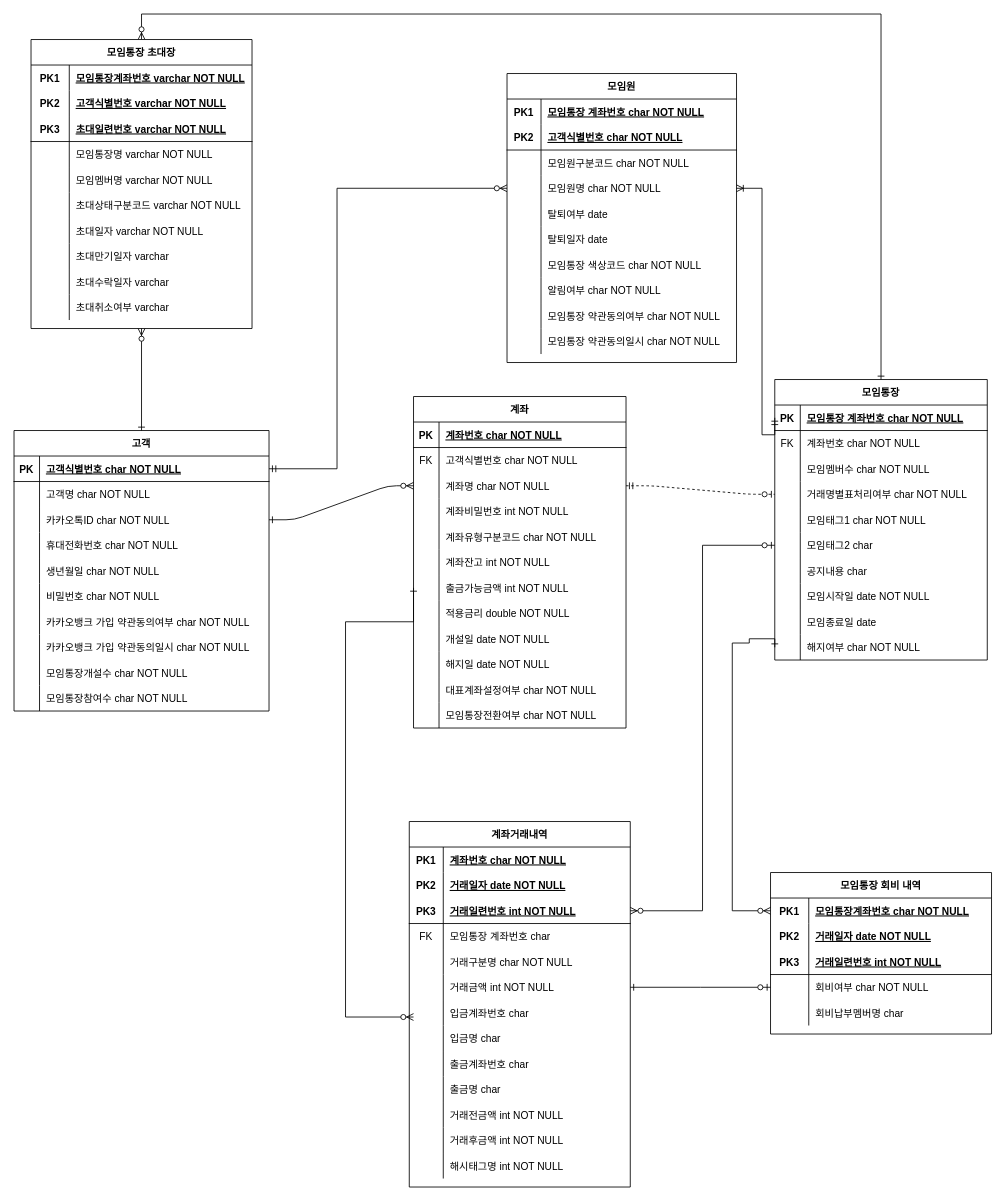
This is kakaobank_groupaccount_erd.drawio from jeondele/ys_present, a draw.io file, before an edit. Source tidied: cells renumbered, new cells numbered last; positions are measured from the earlier drawing's top-left corner, leaving out a move shared by most shapes. Both pictures are drawn from the tidied source at 85%, with x=0, y=0 at pixel (14, 14).
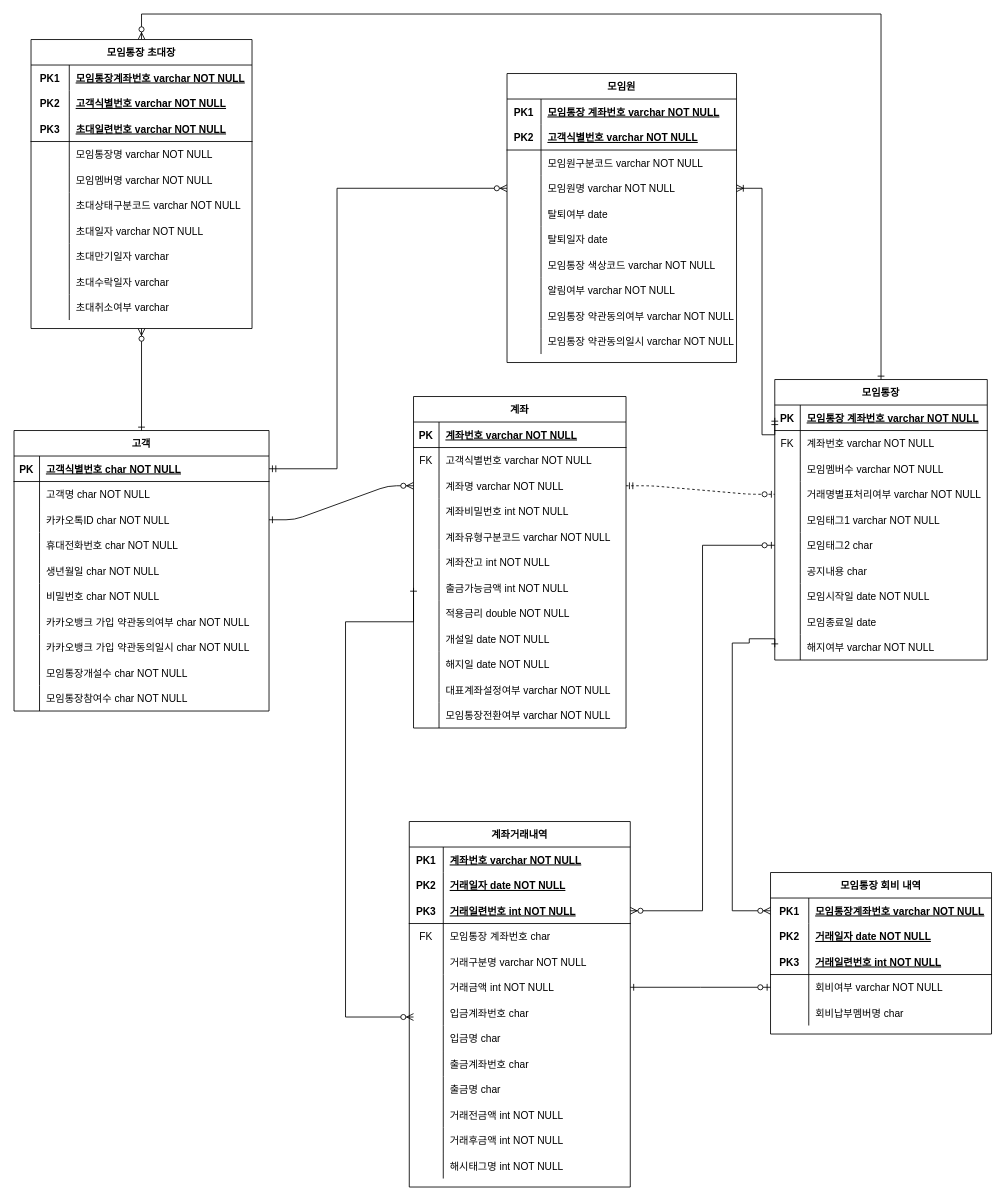
After the change.

The change refers to these unchanged cells:
```xml
<mxCell id="5" style="shape=partialRectangle;fillColor=none;top=0;left=0;right=0;bottom=1;" parent="4" vertex="1">
  <mxGeometry y="30" width="250" height="30" as="geometry" />
</mxCell>
<mxCell id="8" style="shape=partialRectangle;fillColor=none;top=0;left=0;right=0;bottom=0;" parent="4" vertex="1">
  <mxGeometry y="60" width="250" height="30" as="geometry" />
</mxCell>
<mxCell id="11" style="shape=partialRectangle;fillColor=none;points=[[0,0.5],[1,0.5]];portConstraint=eastwest;top=0;left=0;right=0;bottom=0;" parent="4" vertex="1">
  <mxGeometry y="90" width="250" height="30" as="geometry" />
</mxCell>
<mxCell id="17" style="shape=partialRectangle;fillColor=none;top=0;left=0;right=0;bottom=0;" parent="4" vertex="1">
  <mxGeometry y="150" width="250" height="30" as="geometry" />
</mxCell>
<mxCell id="35" style="shape=partialRectangle;fillColor=none;top=0;left=0;right=0;bottom=0;" parent="4" vertex="1">
  <mxGeometry y="330" width="250" height="30" as="geometry" />
</mxCell>
<mxCell id="38" style="shape=partialRectangle;fillColor=none;top=0;left=0;right=0;bottom=0;" parent="4" vertex="1">
  <mxGeometry y="360" width="250" height="30" as="geometry" />
</mxCell>
<mxCell id="42" style="shape=partialRectangle;fillColor=none;points=[[0,0.5],[1,0.5]];portConstraint=eastwest;top=0;left=0;right=0;bottom=1;" parent="41" vertex="1">
  <mxGeometry y="30" width="250" height="30" as="geometry" />
</mxCell>
<mxCell id="45" style="shape=partialRectangle;fillColor=none;top=0;left=0;right=0;bottom=0;" parent="41" vertex="1">
  <mxGeometry y="60" width="250" height="30" as="geometry" />
</mxCell>
<mxCell id="48" style="shape=partialRectangle;fillColor=none;top=0;left=0;right=0;bottom=0;" parent="41" vertex="1">
  <mxGeometry y="90" width="250" height="30" as="geometry" />
</mxCell>
<mxCell id="51" style="shape=partialRectangle;fillColor=none;points=[[0,0.5],[1,0.5]];portConstraint=eastwest;top=0;left=0;right=0;bottom=0;" parent="41" vertex="1">
  <mxGeometry y="120" width="250" height="30" as="geometry" />
</mxCell>
<mxCell id="54" style="shape=partialRectangle;fillColor=none;top=0;left=0;right=0;bottom=0;" parent="41" vertex="1">
  <mxGeometry y="150" width="250" height="30" as="geometry" />
</mxCell>
<mxCell id="69" style="shape=partialRectangle;fillColor=none;points=[[0,0.5],[1,0.5]];portConstraint=eastwest;top=0;left=0;right=0;bottom=0;" parent="41" vertex="1">
  <mxGeometry y="300" width="250" height="30" as="geometry" />
</mxCell>
<mxCell id="104" style="shape=partialRectangle;fillColor=none;top=0;left=0;bottom=0;right=0;" parent="103" vertex="1">
  <mxGeometry y="30" width="270" height="30" as="geometry" />
</mxCell>
<mxCell id="107" style="shape=partialRectangle;fillColor=none;top=0;left=0;bottom=1;right=0;" parent="103" vertex="1">
  <mxGeometry y="60" width="270" height="30" as="geometry" />
</mxCell>
<mxCell id="110" style="shape=partialRectangle;fillColor=none;top=0;left=0;bottom=0;right=0;" parent="103" vertex="1">
  <mxGeometry y="90" width="270" height="30" as="geometry" />
</mxCell>
<mxCell id="113" style="shape=partialRectangle;fillColor=none;top=0;left=0;bottom=0;right=0;points=[[0,0.5],[1,0.5]];portConstraint=eastwest;" parent="103" vertex="1">
  <mxGeometry y="120" width="270" height="30" as="geometry" />
</mxCell>
<mxCell id="122" style="shape=partialRectangle;fillColor=none;top=0;left=0;bottom=0;right=0;" parent="103" vertex="1">
  <mxGeometry y="210" width="270" height="30" as="geometry" />
</mxCell>
<mxCell id="125" style="shape=partialRectangle;fillColor=none;top=0;left=0;bottom=0;right=0;" parent="103" vertex="1">
  <mxGeometry y="240" width="270" height="30" as="geometry" />
</mxCell>
<mxCell id="128" style="shape=partialRectangle;fillColor=none;top=0;left=0;bottom=0;right=0;" parent="103" vertex="1">
  <mxGeometry y="270" width="270" height="30" as="geometry" />
</mxCell>
<mxCell id="131" style="shape=partialRectangle;fillColor=none;top=0;left=0;bottom=0;right=0;" parent="103" vertex="1">
  <mxGeometry y="300" width="270" height="30" as="geometry" />
</mxCell>
<mxCell id="136" style="shape=partialRectangle;fillColor=none;top=0;left=0;bottom=0;right=0;" parent="135" vertex="1">
  <mxGeometry y="30" width="260" height="30" as="geometry" />
</mxCell>
<mxCell id="148" style="shape=partialRectangle;fillColor=none;top=0;left=0;bottom=0;right=0;" parent="135" vertex="1">
  <mxGeometry y="150" width="260" height="30" as="geometry" />
</mxCell>
<mxCell id="178" style="shape=partialRectangle;fillColor=none;top=0;left=0;bottom=0;right=0;points=[[0,0.5],[1,0.5]];portConstraint=eastwest;" parent="177" vertex="1">
  <mxGeometry y="30" width="260" height="30" as="geometry" />
</mxCell>
<mxCell id="187" style="shape=partialRectangle;fillColor=none;top=0;left=0;bottom=0;right=0;" parent="177" vertex="1">
  <mxGeometry y="120" width="260" height="30" as="geometry" />
</mxCell>
```

Change to the diagram source:
```diff
@@
-    <mxCell id="7" value="계좌번호 char NOT NULL " style="shape=partialRectangle;overflow=hidden;fillColor=none;top=0;left=0;bottom=0;right=0;align=left;spacingLeft=6;fontStyle=5;" parent="5" vertex="1">
+    <mxCell id="7" value="계좌번호 varchar NOT NULL " style="shape=partialRectangle;overflow=hidden;fillColor=none;top=0;left=0;bottom=0;right=0;align=left;spacingLeft=6;fontStyle=5;" parent="5" vertex="1">
       <mxGeometry x="30" width="220" height="30" as="geometry" />
     </mxCell>
@@
-    <mxCell id="10" value="고객식별번호 char NOT NULL" style="shape=partialRectangle;overflow=hidden;fillColor=none;top=0;left=0;bottom=0;right=0;align=left;spacingLeft=6;" parent="8" vertex="1">
+    <mxCell id="10" value="고객식별번호 varchar NOT NULL" style="shape=partialRectangle;overflow=hidden;fillColor=none;top=0;left=0;bottom=0;right=0;align=left;spacingLeft=6;" parent="8" vertex="1">
       <mxGeometry x="30" width="220" height="30" as="geometry" />
     </mxCell>
@@
-    <mxCell id="13" value="계좌명 char NOT NULL" style="shape=partialRectangle;overflow=hidden;fillColor=none;top=0;left=0;bottom=0;right=0;align=left;spacingLeft=6;" parent="11" vertex="1">
+    <mxCell id="13" value="계좌명 varchar NOT NULL" style="shape=partialRectangle;overflow=hidden;fillColor=none;top=0;left=0;bottom=0;right=0;align=left;spacingLeft=6;" parent="11" vertex="1">
       <mxGeometry x="30" width="220" height="30" as="geometry" />
     </mxCell>
@@
-    <mxCell id="19" value="계좌유형구분코드 char NOT NULL" style="shape=partialRectangle;overflow=hidden;fillColor=none;top=0;left=0;bottom=0;right=0;align=left;spacingLeft=6;" parent="17" vertex="1">
+    <mxCell id="19" value="계좌유형구분코드 varchar NOT NULL" style="shape=partialRectangle;overflow=hidden;fillColor=none;top=0;left=0;bottom=0;right=0;align=left;spacingLeft=6;" parent="17" vertex="1">
       <mxGeometry x="30" width="220" height="30" as="geometry" />
     </mxCell>
@@
-    <mxCell id="37" value="대표계좌설정여부 char NOT NULL" style="shape=partialRectangle;overflow=hidden;fillColor=none;top=0;left=0;bottom=0;right=0;align=left;spacingLeft=6;" parent="35" vertex="1">
+    <mxCell id="37" value="대표계좌설정여부 varchar NOT NULL" style="shape=partialRectangle;overflow=hidden;fillColor=none;top=0;left=0;bottom=0;right=0;align=left;spacingLeft=6;" parent="35" vertex="1">
       <mxGeometry x="30" width="220" height="30" as="geometry" />
     </mxCell>
@@
-    <mxCell id="40" value="모임통장전환여부 char NOT NULL" style="shape=partialRectangle;overflow=hidden;fillColor=none;top=0;left=0;bottom=0;right=0;align=left;spacingLeft=6;" parent="38" vertex="1">
+    <mxCell id="40" value="모임통장전환여부 varchar NOT NULL" style="shape=partialRectangle;overflow=hidden;fillColor=none;top=0;left=0;bottom=0;right=0;align=left;spacingLeft=6;" parent="38" vertex="1">
       <mxGeometry x="30" width="220" height="30" as="geometry" />
     </mxCell>
@@
-    <mxCell id="44" value="모임통장 계좌번호 char NOT NULL " style="shape=partialRectangle;overflow=hidden;fillColor=none;top=0;left=0;bottom=0;right=0;align=left;spacingLeft=6;fontStyle=5;" parent="42" vertex="1">
+    <mxCell id="44" value="모임통장 계좌번호 varchar NOT NULL " style="shape=partialRectangle;overflow=hidden;fillColor=none;top=0;left=0;bottom=0;right=0;align=left;spacingLeft=6;fontStyle=5;" parent="42" vertex="1">
       <mxGeometry x="30" width="220" height="30" as="geometry" />
     </mxCell>
@@
-    <mxCell id="47" value="계좌번호 char NOT NULL" style="shape=partialRectangle;overflow=hidden;fillColor=none;top=0;left=0;bottom=0;right=0;align=left;spacingLeft=6;" parent="45" vertex="1">
+    <mxCell id="47" value="계좌번호 varchar NOT NULL" style="shape=partialRectangle;overflow=hidden;fillColor=none;top=0;left=0;bottom=0;right=0;align=left;spacingLeft=6;" parent="45" vertex="1">
       <mxGeometry x="30" width="220" height="30" as="geometry" />
     </mxCell>
@@
-    <mxCell id="50" value="모임멤버수 char NOT NULL" style="shape=partialRectangle;overflow=hidden;fillColor=none;top=0;left=0;bottom=0;right=0;align=left;spacingLeft=6;" parent="48" vertex="1">
+    <mxCell id="50" value="모임멤버수 varchar NOT NULL" style="shape=partialRectangle;overflow=hidden;fillColor=none;top=0;left=0;bottom=0;right=0;align=left;spacingLeft=6;" parent="48" vertex="1">
       <mxGeometry x="30" width="220" height="30" as="geometry" />
     </mxCell>
@@
-    <mxCell id="53" value="거래명별표처리여부 char NOT NULL" style="shape=partialRectangle;overflow=hidden;fillColor=none;top=0;left=0;bottom=0;right=0;align=left;spacingLeft=6;" parent="51" vertex="1">
+    <mxCell id="53" value="거래명별표처리여부 varchar NOT NULL" style="shape=partialRectangle;overflow=hidden;fillColor=none;top=0;left=0;bottom=0;right=0;align=left;spacingLeft=6;" parent="51" vertex="1">
       <mxGeometry x="30" width="220" height="30" as="geometry" />
     </mxCell>
@@
-    <mxCell id="56" value="모임태그1 char NOT NULL" style="shape=partialRectangle;overflow=hidden;fillColor=none;top=0;left=0;bottom=0;right=0;align=left;spacingLeft=6;" parent="54" vertex="1">
+    <mxCell id="56" value="모임태그1 varchar NOT NULL" style="shape=partialRectangle;overflow=hidden;fillColor=none;top=0;left=0;bottom=0;right=0;align=left;spacingLeft=6;" parent="54" vertex="1">
       <mxGeometry x="30" width="220" height="30" as="geometry" />
     </mxCell>
@@
-    <mxCell id="71" value="해지여부 char NOT NULL" style="shape=partialRectangle;overflow=hidden;fillColor=none;top=0;left=0;bottom=0;right=0;align=left;spacingLeft=6;" parent="69" vertex="1">
+    <mxCell id="71" value="해지여부 varchar NOT NULL" style="shape=partialRectangle;overflow=hidden;fillColor=none;top=0;left=0;bottom=0;right=0;align=left;spacingLeft=6;" parent="69" vertex="1">
       <mxGeometry x="30" width="220" height="30" as="geometry" />
     </mxCell>
@@
-    <mxCell id="106" value="모임통장 계좌번호 char NOT NULL" style="shape=partialRectangle;fillColor=none;top=0;left=0;bottom=0;right=0;align=left;spacingLeft=6;fontStyle=5;overflow=hidden;" parent="104" vertex="1">
+    <mxCell id="106" value="모임통장 계좌번호 varchar NOT NULL" style="shape=partialRectangle;fillColor=none;top=0;left=0;bottom=0;right=0;align=left;spacingLeft=6;fontStyle=5;overflow=hidden;" parent="104" vertex="1">
       <mxGeometry x="40" width="230" height="30" as="geometry" />
     </mxCell>
@@
-    <mxCell id="109" value="고객식별번호 char NOT NULL" style="shape=partialRectangle;fillColor=none;top=0;left=0;bottom=0;right=0;align=left;spacingLeft=6;fontStyle=5;overflow=hidden;" parent="107" vertex="1">
+    <mxCell id="109" value="고객식별번호 varchar NOT NULL" style="shape=partialRectangle;fillColor=none;top=0;left=0;bottom=0;right=0;align=left;spacingLeft=6;fontStyle=5;overflow=hidden;" parent="107" vertex="1">
       <mxGeometry x="40" width="230" height="30" as="geometry" />
     </mxCell>
@@
-    <mxCell id="112" value="모임원구분코드 char NOT NULL" style="shape=partialRectangle;fillColor=none;top=0;left=0;bottom=0;right=0;align=left;spacingLeft=6;overflow=hidden;" parent="110" vertex="1">
+    <mxCell id="112" value="모임원구분코드 varchar NOT NULL" style="shape=partialRectangle;fillColor=none;top=0;left=0;bottom=0;right=0;align=left;spacingLeft=6;overflow=hidden;" parent="110" vertex="1">
       <mxGeometry x="40" width="230" height="30" as="geometry" />
     </mxCell>
@@
-    <mxCell id="115" value="모임원명 char NOT NULL" style="shape=partialRectangle;fillColor=none;top=0;left=0;bottom=0;right=0;align=left;spacingLeft=6;overflow=hidden;" parent="113" vertex="1">
+    <mxCell id="115" value="모임원명 varchar NOT NULL" style="shape=partialRectangle;fillColor=none;top=0;left=0;bottom=0;right=0;align=left;spacingLeft=6;overflow=hidden;" parent="113" vertex="1">
       <mxGeometry x="40" width="230" height="30" as="geometry" />
     </mxCell>
@@
-    <mxCell id="124" value="모임통장 색상코드 char NOT NULL " style="shape=partialRectangle;fillColor=none;top=0;left=0;bottom=0;right=0;align=left;spacingLeft=6;overflow=hidden;" parent="122" vertex="1">
+    <mxCell id="124" value="모임통장 색상코드 varchar NOT NULL " style="shape=partialRectangle;fillColor=none;top=0;left=0;bottom=0;right=0;align=left;spacingLeft=6;overflow=hidden;" parent="122" vertex="1">
       <mxGeometry x="40" width="230" height="30" as="geometry" />
     </mxCell>
@@
-    <mxCell id="127" value="알림여부 char NOT NULL " style="shape=partialRectangle;fillColor=none;top=0;left=0;bottom=0;right=0;align=left;spacingLeft=6;overflow=hidden;" parent="125" vertex="1">
+    <mxCell id="127" value="알림여부 varchar NOT NULL " style="shape=partialRectangle;fillColor=none;top=0;left=0;bottom=0;right=0;align=left;spacingLeft=6;overflow=hidden;" parent="125" vertex="1">
       <mxGeometry x="40" width="230" height="30" as="geometry" />
     </mxCell>
@@
-    <mxCell id="130" value="모임통장 약관동의여부 char NOT NULL " style="shape=partialRectangle;fillColor=none;top=0;left=0;bottom=0;right=0;align=left;spacingLeft=6;overflow=hidden;" parent="128" vertex="1">
+    <mxCell id="130" value="모임통장 약관동의여부 varchar NOT NULL " style="shape=partialRectangle;fillColor=none;top=0;left=0;bottom=0;right=0;align=left;spacingLeft=6;overflow=hidden;" parent="128" vertex="1">
       <mxGeometry x="40" width="230" height="30" as="geometry" />
     </mxCell>
@@
-    <mxCell id="133" value="모임통장 약관동의일시 char NOT NULL " style="shape=partialRectangle;fillColor=none;top=0;left=0;bottom=0;right=0;align=left;spacingLeft=6;overflow=hidden;" parent="131" vertex="1">
+    <mxCell id="133" value="모임통장 약관동의일시 varchar NOT NULL " style="shape=partialRectangle;fillColor=none;top=0;left=0;bottom=0;right=0;align=left;spacingLeft=6;overflow=hidden;" parent="131" vertex="1">
       <mxGeometry x="40" width="230" height="30" as="geometry" />
     </mxCell>
@@
-    <mxCell id="138" value="계좌번호 char NOT NULL" style="shape=partialRectangle;fillColor=none;top=0;left=0;bottom=0;right=0;align=left;spacingLeft=6;fontStyle=5;overflow=hidden;" parent="136" vertex="1">
+    <mxCell id="138" value="계좌번호 varchar NOT NULL" style="shape=partialRectangle;fillColor=none;top=0;left=0;bottom=0;right=0;align=left;spacingLeft=6;fontStyle=5;overflow=hidden;" parent="136" vertex="1">
       <mxGeometry x="40" width="220" height="30" as="geometry" />
     </mxCell>
@@
-    <mxCell id="150" value="거래구분명 char NOT NULL" style="shape=partialRectangle;fillColor=none;top=0;left=0;bottom=0;right=0;align=left;spacingLeft=6;overflow=hidden;" parent="148" vertex="1">
+    <mxCell id="150" value="거래구분명 varchar NOT NULL" style="shape=partialRectangle;fillColor=none;top=0;left=0;bottom=0;right=0;align=left;spacingLeft=6;overflow=hidden;" parent="148" vertex="1">
       <mxGeometry x="40" width="220" height="30" as="geometry" />
     </mxCell>
@@
-    <mxCell id="180" value="모임통장계좌번호 char NOT NULL" style="shape=partialRectangle;fillColor=none;top=0;left=0;bottom=0;right=0;align=left;spacingLeft=6;fontStyle=5;overflow=hidden;" parent="178" vertex="1">
+    <mxCell id="180" value="모임통장계좌번호 varchar NOT NULL" style="shape=partialRectangle;fillColor=none;top=0;left=0;bottom=0;right=0;align=left;spacingLeft=6;fontStyle=5;overflow=hidden;" parent="178" vertex="1">
       <mxGeometry x="45" width="215" height="30" as="geometry" />
     </mxCell>
@@
-    <mxCell id="189" value="회비여부 char NOT NULL" style="shape=partialRectangle;fillColor=none;top=0;left=0;bottom=0;right=0;align=left;spacingLeft=6;overflow=hidden;" parent="187" vertex="1">
+    <mxCell id="189" value="회비여부 varchar NOT NULL" style="shape=partialRectangle;fillColor=none;top=0;left=0;bottom=0;right=0;align=left;spacingLeft=6;overflow=hidden;" parent="187" vertex="1">
       <mxGeometry x="45" width="215" height="30" as="geometry" />
     </mxCell>
```
